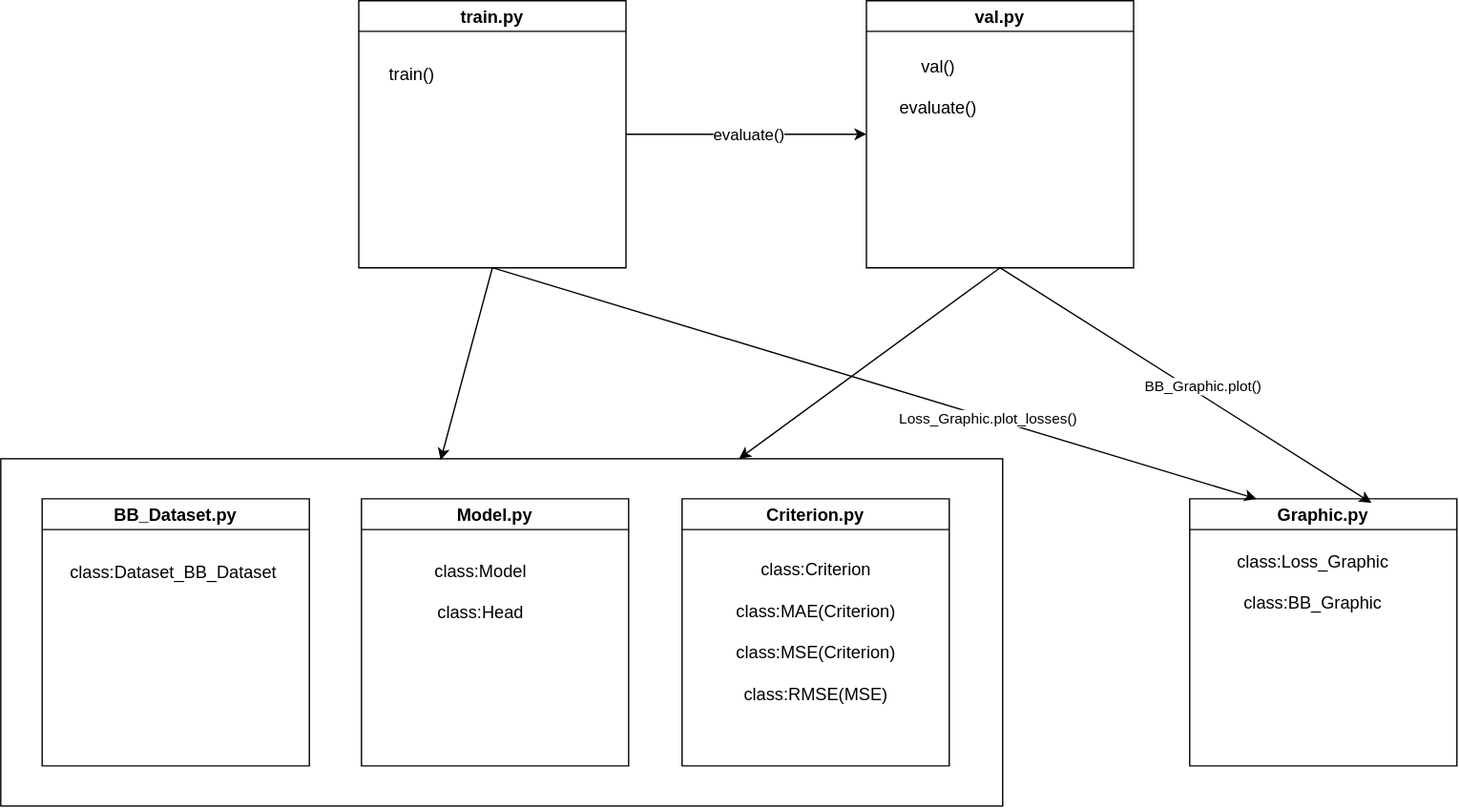
Before: docu/code-structure.drawio.svg, a diagram exported from draw.io (Z5cc/3d-bboxes). Source tidied: cells renumbered, new cells last; positions are measured from the earlier drawing's top-left corner, leaving out a move shared by most shapes.
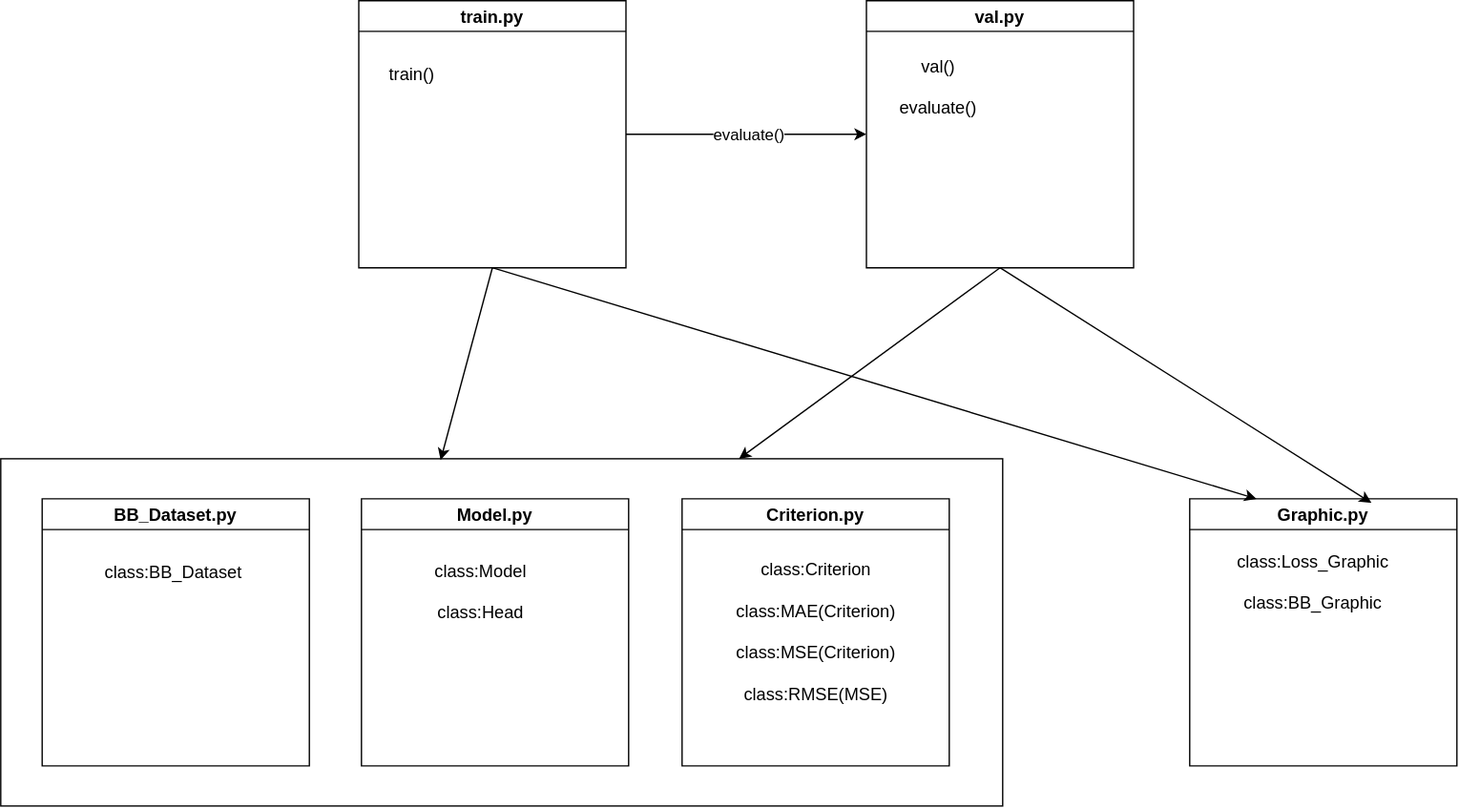
Later version of the same file.

Diff of the diagram source:
```diff
@@ -26,7 +26,7 @@
     <mxCell id="9" value="&lt;font style=&quot;font-size: 13px;&quot;&gt;BB_Dataset.py&lt;/font&gt;" style="swimlane;whiteSpace=wrap;html=1;" parent="1" vertex="1">
       <mxGeometry x="31" y="373" width="200" height="200" as="geometry" />
     </mxCell>
-    <mxCell id="10" value="&lt;font style=&quot;font-size: 13px;&quot;&gt;class:Dataset_BB_Dataset&lt;/font&gt;" style="text;html=1;whiteSpace=wrap;strokeColor=none;fillColor=none;align=center;verticalAlign=middle;rounded=0;" parent="9" vertex="1">
+    <mxCell id="10" value="&lt;font style=&quot;font-size: 13px;&quot;&gt;class:BB_Dataset&lt;/font&gt;" style="text;html=1;whiteSpace=wrap;strokeColor=none;fillColor=none;align=center;verticalAlign=middle;rounded=0;" parent="9" vertex="1">
       <mxGeometry x="18" y="40" width="161" height="30" as="geometry" />
     </mxCell>
     <mxCell id="11" value="&lt;font style=&quot;font-size: 13px;&quot;&gt;Criterion.py&lt;/font&gt;" style="swimlane;whiteSpace=wrap;html=1;" parent="1" vertex="1">
@@ -53,17 +53,11 @@
     <mxCell id="18" style="endArrow=classic;html=1;rounded=0;exitX=0.5;exitY=1;exitDx=0;exitDy=0;entryX=0.25;entryY=0;entryDx=0;entryDy=0;" parent="1" edge="1" source="5" target="13">
       <mxGeometry relative="1" as="geometry" />
     </mxCell>
-    <mxCell id="19" value="Loss_Graphic.plot_losses()" style="edgeLabel;html=1;align=center;verticalAlign=middle;" parent="18" vertex="1">
-      <mxGeometry x="0.3" relative="1" as="geometry" />
-    </mxCell>
     <mxCell id="20" style="endArrow=classic;html=1;rounded=0;exitX=0.5;exitY=1;exitDx=0;exitDy=0;" parent="1" edge="1" source="7" target="2">
       <mxGeometry relative="1" as="geometry" />
     </mxCell>
     <mxCell id="21" style="endArrow=classic;html=1;rounded=0;exitX=0.5;exitY=1;exitDx=0;exitDy=0;entryX=0.68;entryY=0.015;entryDx=0;entryDy=0;entryPerimeter=0;" parent="1" edge="1" source="7" target="13">
       <mxGeometry relative="1" as="geometry" />
     </mxCell>
-    <mxCell id="22" value="BB_Graphic.plot()" style="edgeLabel;html=1;align=center;verticalAlign=middle;" parent="21" vertex="1">
-      <mxGeometry x="0.06" y="6" relative="1" as="geometry" />
-    </mxCell>
   </root>
 </mxGraphModel>
```
